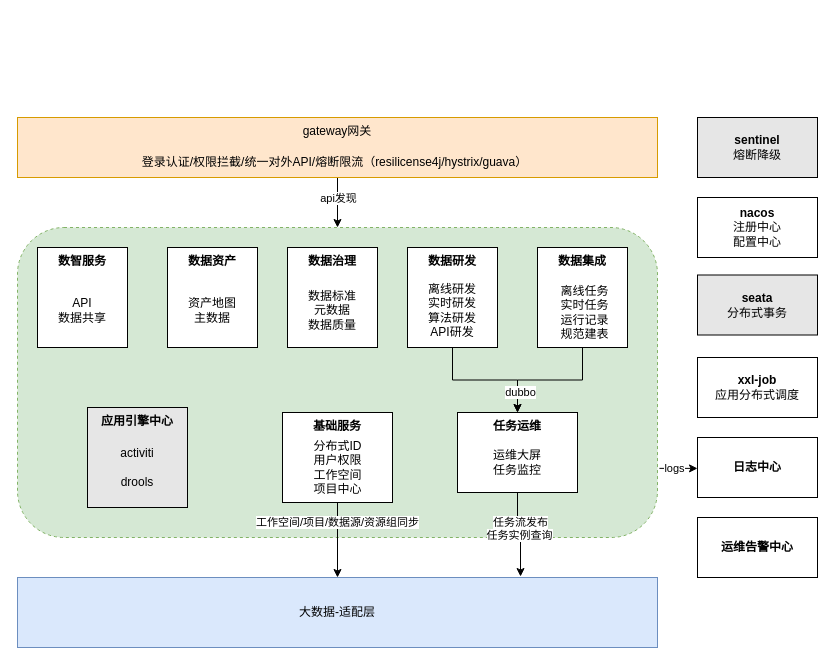
The draw.io diagram 数据中台应用逻辑架构.drawio in swleon/diagrams, before the edit. Source tidied: cells renumbered, new cells numbered last; positions are measured from the earlier drawing's top-left corner, leaving out a move shared by most shapes. Both pictures are drawn from the tidied source at 100%, with x=0, y=0 at pixel (17, 117).
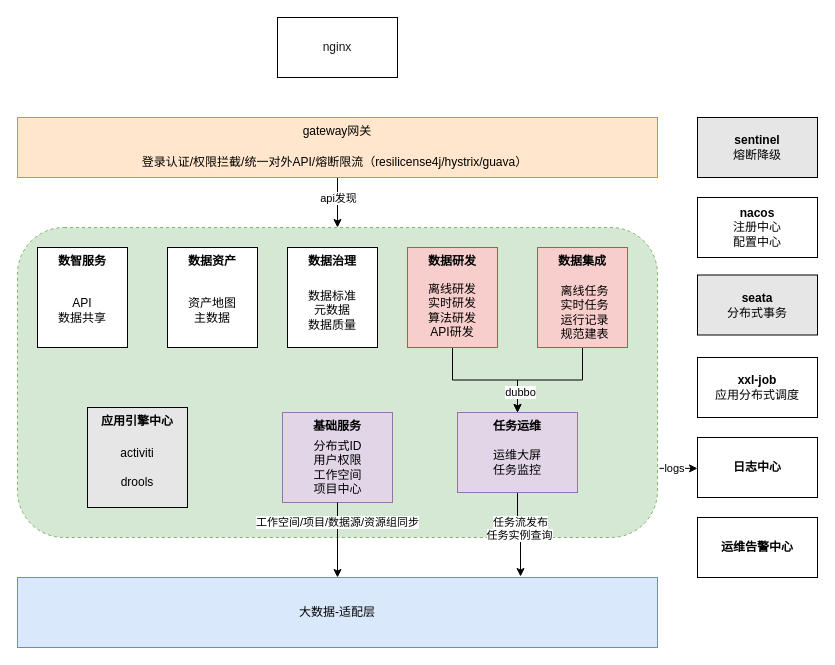
The same diagram, later.

Commit message:
Update 数据中台应用逻辑架构.drawio

Change to the diagram source:
```diff
@@
-    <mxCell id="11" value="数据集成" style="rounded=0;whiteSpace=wrap;html=1;align=center;verticalAlign=top;fontStyle=1;" parent="1" vertex="1">
+    <mxCell id="11" value="数据集成" style="rounded=0;whiteSpace=wrap;html=1;align=center;verticalAlign=top;fontStyle=1;fillColor=#f8cecc;strokeColor=#b85450;" parent="1" vertex="1">
       <mxGeometry x="520" y="130" width="90" height="100" as="geometry" />
     </mxCell>
@@
-    <mxCell id="14" value="数据研发" style="rounded=0;whiteSpace=wrap;html=1;align=center;verticalAlign=top;fontStyle=1;" parent="1" vertex="1">
+    <mxCell id="14" value="数据研发" style="rounded=0;whiteSpace=wrap;html=1;align=center;verticalAlign=top;fontStyle=1;fillColor=#f8cecc;strokeColor=#b85450;" parent="1" vertex="1">
       <mxGeometry x="390" y="130" width="90" height="100" as="geometry" />
     </mxCell>
@@
-    <mxCell id="17" value="&lt;b&gt;基础服务&lt;/b&gt;" style="rounded=0;whiteSpace=wrap;html=1;verticalAlign=top;" parent="1" vertex="1">
+    <mxCell id="17" value="&lt;b&gt;基础服务&lt;/b&gt;" style="rounded=0;whiteSpace=wrap;html=1;verticalAlign=top;fillColor=#e1d5e7;strokeColor=#9673a6;" parent="1" vertex="1">
       <mxGeometry x="265" y="295" width="110" height="90" as="geometry" />
     </mxCell>
@@
-    <mxCell id="21" value="任务运维" style="rounded=0;whiteSpace=wrap;html=1;verticalAlign=top;fontStyle=1;" parent="1" vertex="1">
+    <mxCell id="21" value="任务运维" style="rounded=0;whiteSpace=wrap;html=1;verticalAlign=top;fontStyle=1;fillColor=#e1d5e7;strokeColor=#9673a6;" parent="1" vertex="1">
       <mxGeometry x="440" y="295" width="120" height="80" as="geometry" />
     </mxCell>
@@
+    <mxCell id="40" value="nginx" style="rounded=0;whiteSpace=wrap;html=1;fontColor=#191919;fillColor=#FFFFFF;" parent="1" vertex="1">
+      <mxGeometry x="260" y="-100" width="120" height="60" as="geometry" />
+    </mxCell>
```
